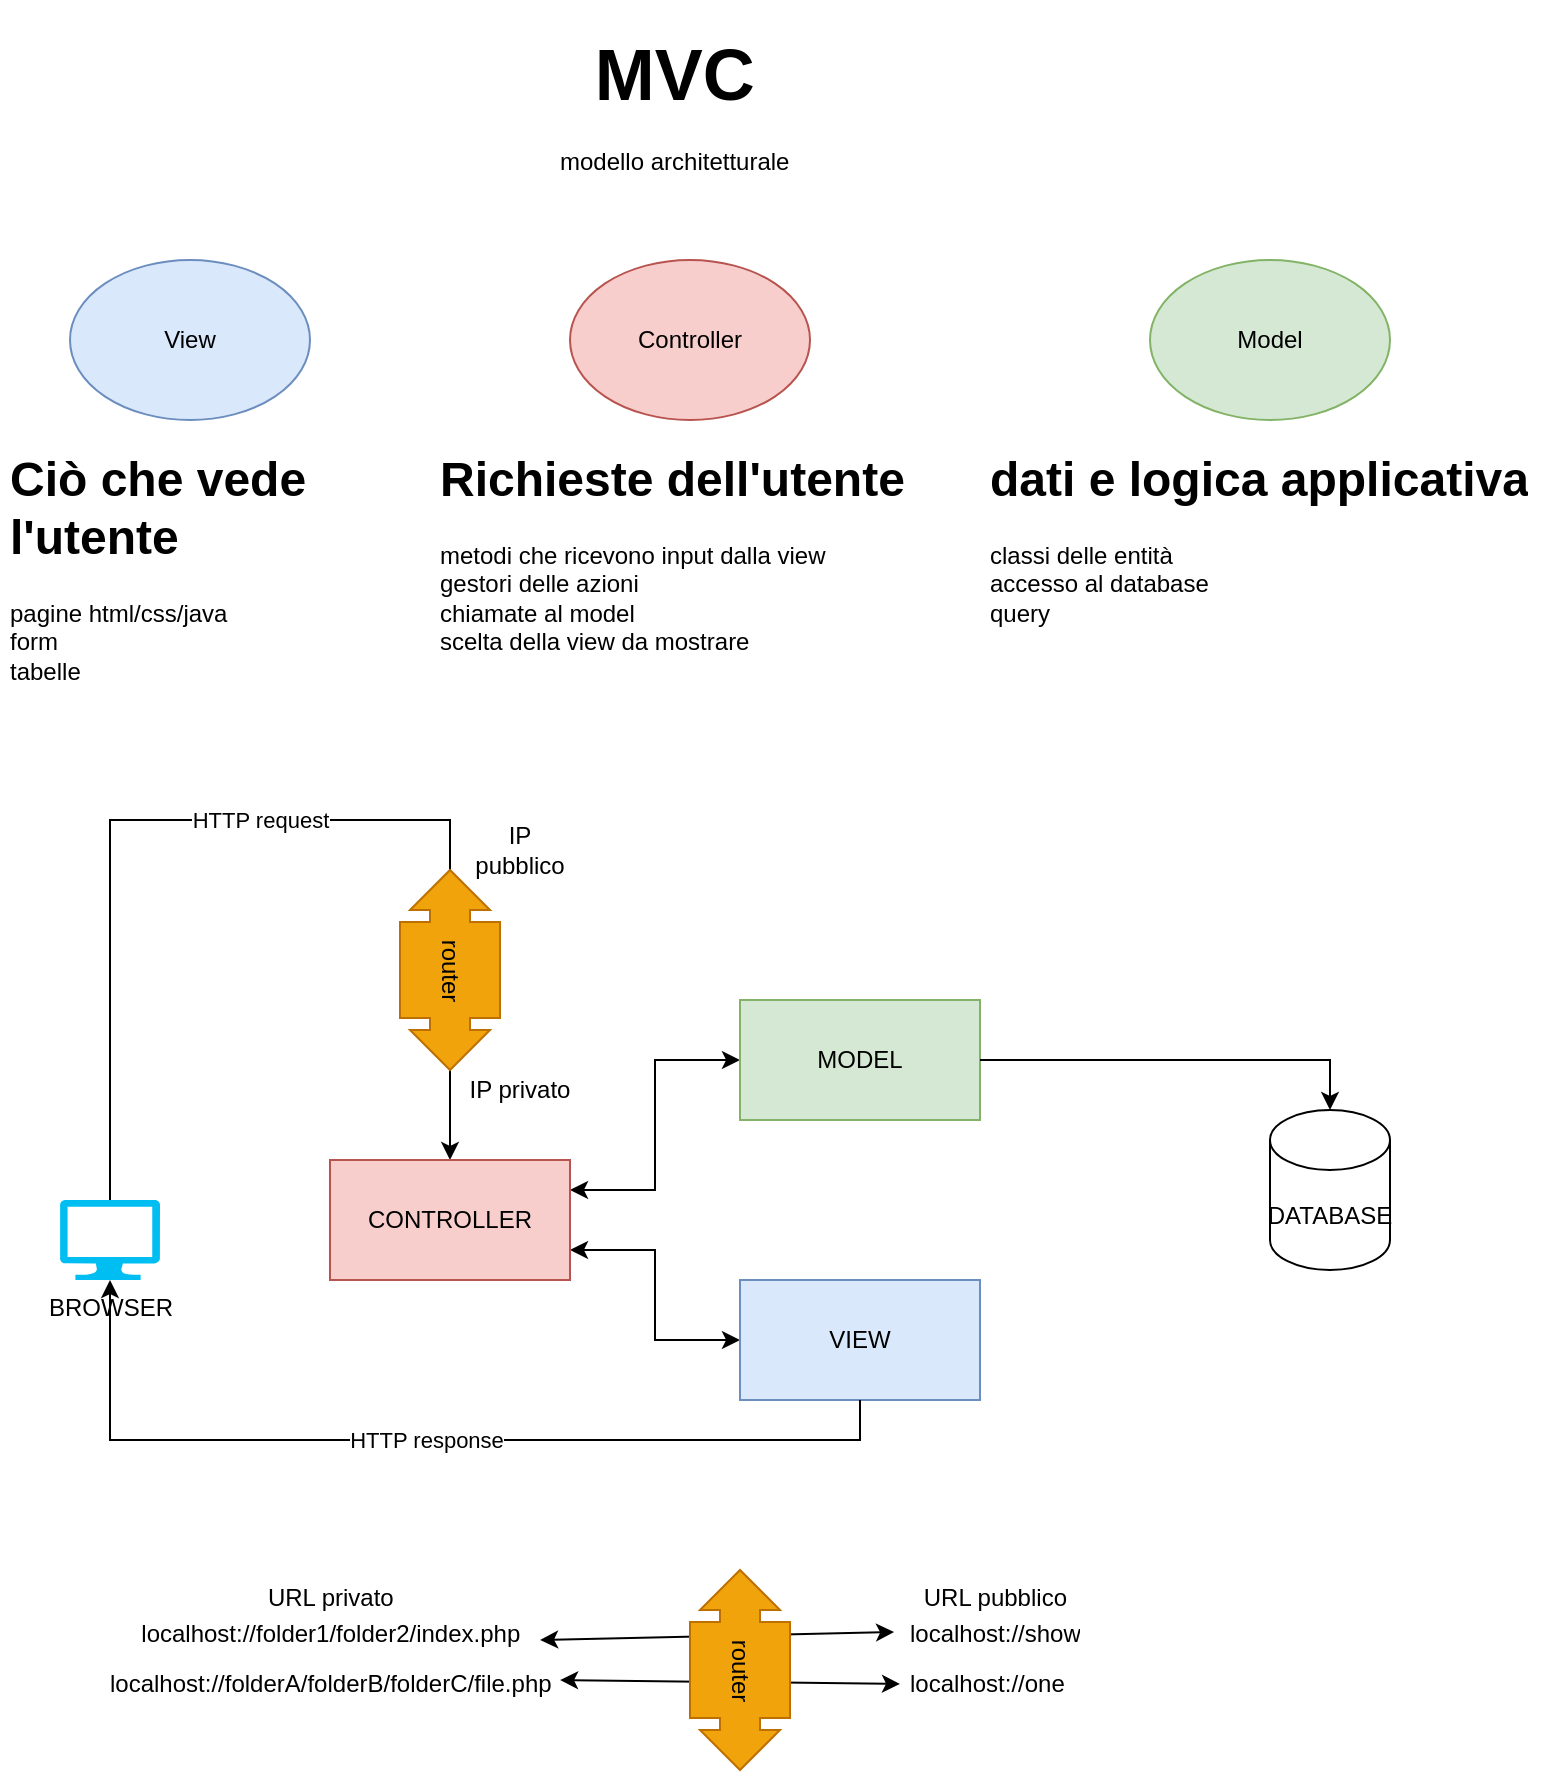
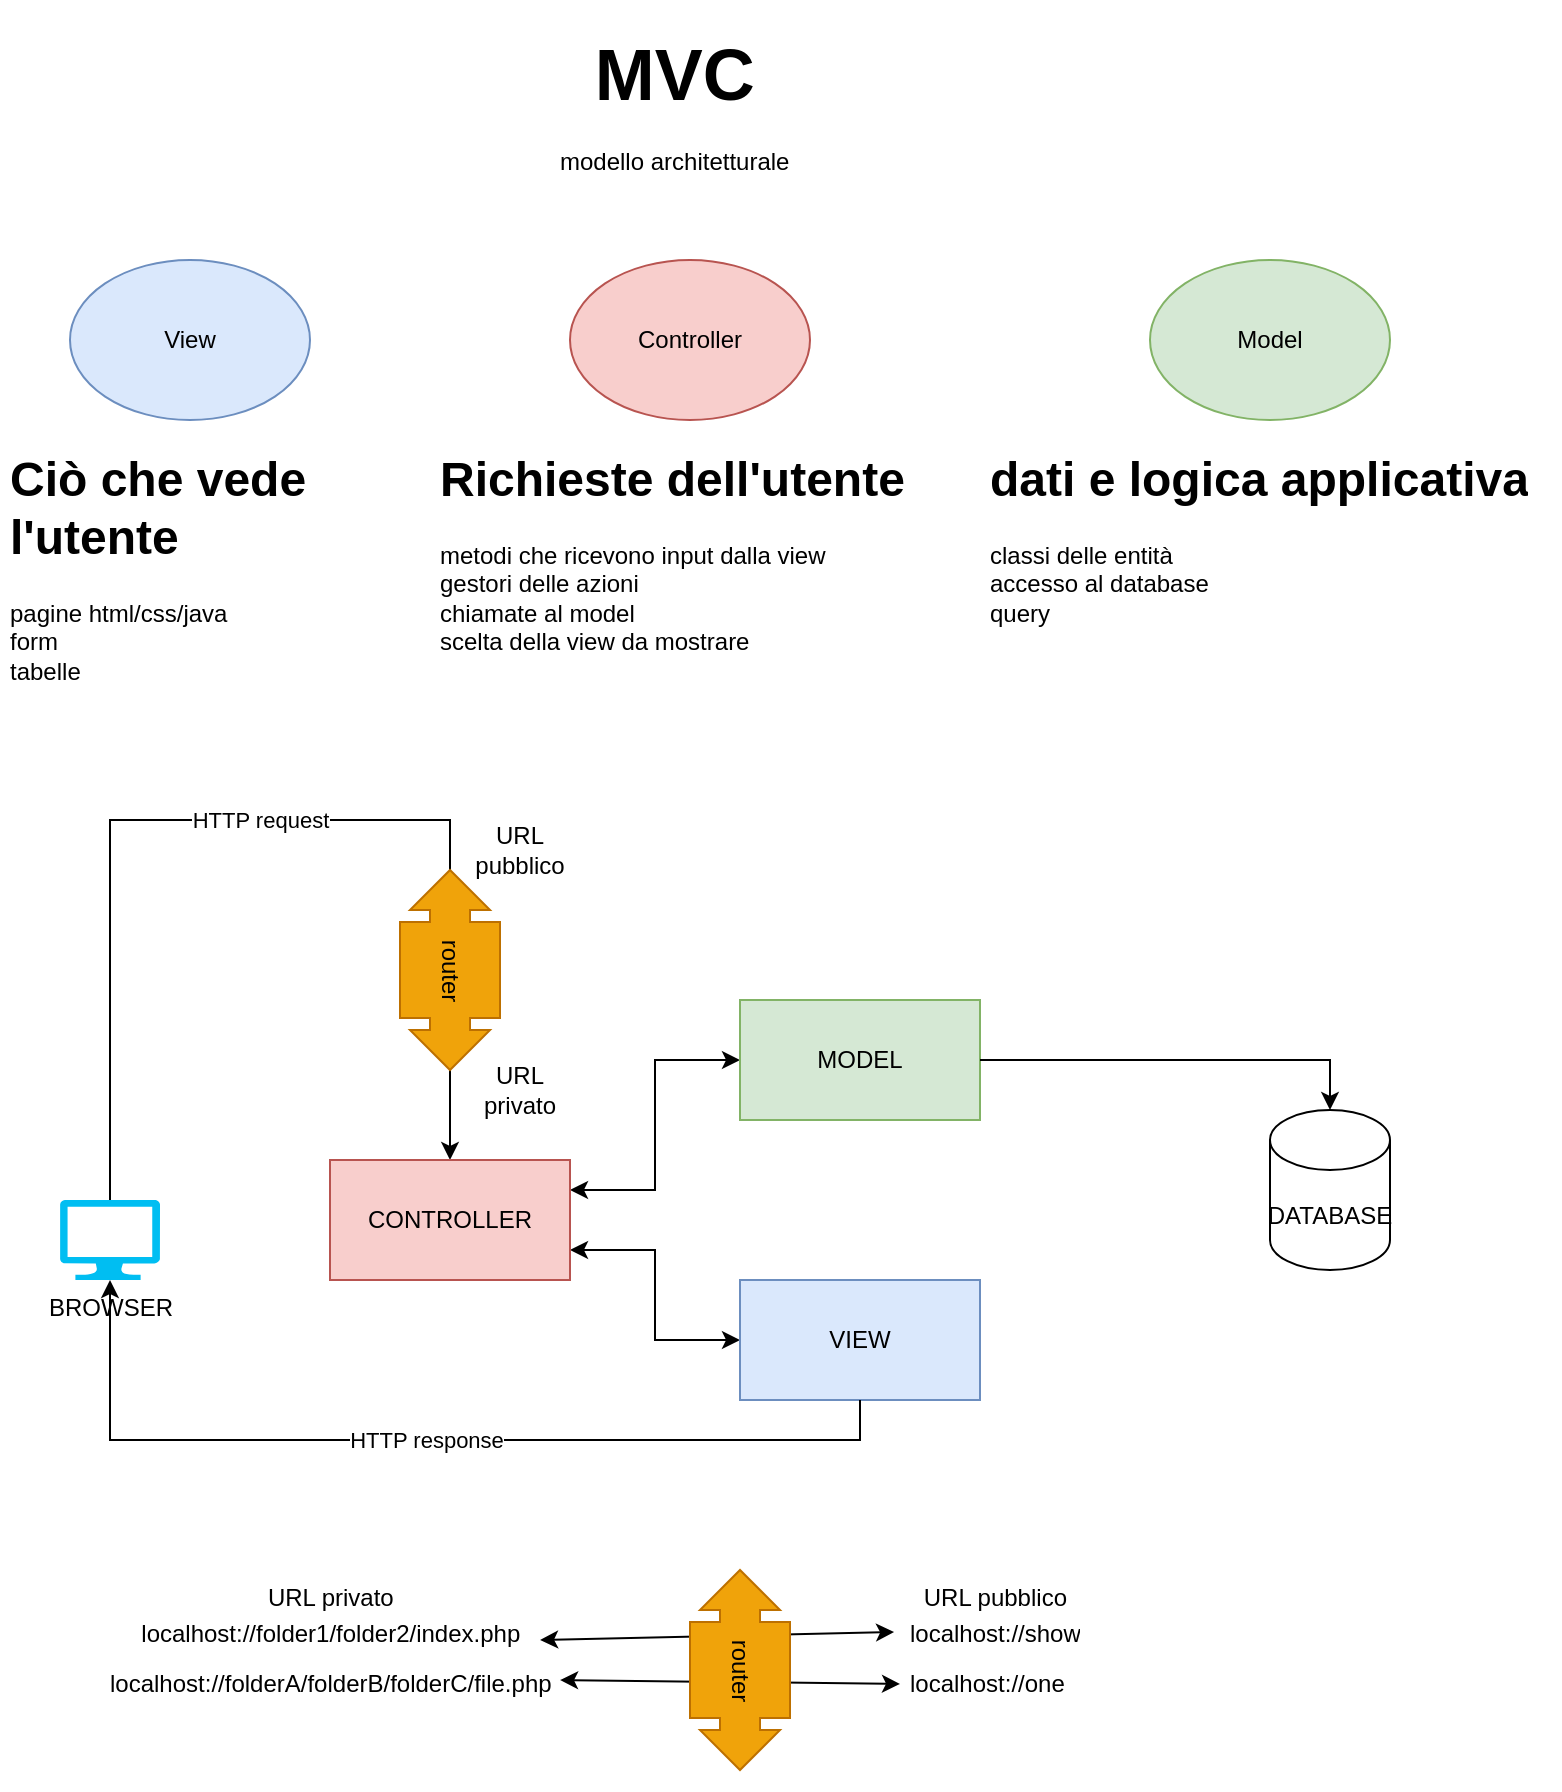
- <mxfile host="drawio-plugin" modified="2026-05-08T11:23:03.849Z" agent="Mozilla/5.0 (X11; Linux x86_64) AppleWebKit/537.36 (KHTML, like Gecko) Chrome/137.0.0.0 Safari/537.36" etag="3VCYzZ7856tcH5xVm4EU" version="22.1.22" type="embed">
+ <mxfile host="drawio-plugin" modified="2026-05-15T09:48:20.909Z" agent="Mozilla/5.0 (X11; Linux x86_64) AppleWebKit/537.36 (KHTML, like Gecko) Chrome/137.0.0.0 Safari/537.36" etag="Bce1zWMxpWvek0k7p8mn" version="22.1.22" type="embed">
  <diagram id="23iRSUPoRavnBvh4doch" name="Page-1">
-     <mxGraphModel dx="721" dy="1934" grid="1" gridSize="10" guides="1" tooltips="1" connect="1" arrows="1" fold="1" page="1" pageScale="1" pageWidth="827" pageHeight="1169" math="0" shadow="0">
+     <mxGraphModel dx="848" dy="2069" grid="1" gridSize="10" guides="1" tooltips="1" connect="1" arrows="1" fold="1" page="1" pageScale="1" pageWidth="827" pageHeight="1169" math="0" shadow="0">
      <root>
        <mxCell id="0" />
        <mxCell id="1" parent="0" />
-         <mxCell id="2" value="View" style="ellipse;whiteSpace=wrap;html=1;fillColor=#dae8fc;strokeColor=#6c8ebf;" vertex="1" parent="1">
+         <mxCell id="2" value="View" style="ellipse;whiteSpace=wrap;html=1;fillColor=#dae8fc;strokeColor=#6c8ebf;" parent="1" vertex="1">
          <mxGeometry x="55" y="120" width="120" height="80" as="geometry" />
        </mxCell>
-         <mxCell id="3" value="Controller" style="ellipse;whiteSpace=wrap;html=1;fillColor=#f8cecc;strokeColor=#b85450;" vertex="1" parent="1">
+         <mxCell id="3" value="Controller" style="ellipse;whiteSpace=wrap;html=1;fillColor=#f8cecc;strokeColor=#b85450;" parent="1" vertex="1">
          <mxGeometry x="305" y="120" width="120" height="80" as="geometry" />
        </mxCell>
-         <mxCell id="4" value="Model" style="ellipse;whiteSpace=wrap;html=1;fillColor=#d5e8d4;strokeColor=#82b366;" vertex="1" parent="1">
+         <mxCell id="4" value="Model" style="ellipse;whiteSpace=wrap;html=1;fillColor=#d5e8d4;strokeColor=#82b366;" parent="1" vertex="1">
          <mxGeometry x="595" y="120" width="120" height="80" as="geometry" />
        </mxCell>
-         <mxCell id="5" value="&lt;h1&gt;Ciò che vede l&#39;utente&lt;/h1&gt;&lt;div&gt;pagine html/css/java&lt;br&gt;form&lt;br&gt;tabelle&lt;br&gt;interfacce grafiche&lt;/div&gt;&lt;p&gt;&lt;/p&gt;" style="text;html=1;strokeColor=none;fillColor=none;spacing=5;spacingTop=-20;whiteSpace=wrap;overflow=hidden;rounded=0;" vertex="1" parent="1">
+         <mxCell id="5" value="&lt;h1&gt;Ciò che vede l&#39;utente&lt;/h1&gt;&lt;div&gt;pagine html/css/java&lt;br&gt;form&lt;br&gt;tabelle&lt;br&gt;interfacce grafiche&lt;/div&gt;&lt;p&gt;&lt;/p&gt;" style="text;html=1;strokeColor=none;fillColor=none;spacing=5;spacingTop=-20;whiteSpace=wrap;overflow=hidden;rounded=0;" parent="1" vertex="1">
          <mxGeometry x="20" y="210" width="190" height="120" as="geometry" />
        </mxCell>
-         <mxCell id="6" value="&lt;h1&gt;&lt;span style=&quot;background-color: initial;&quot;&gt;Richieste dell&#39;utente&lt;br&gt;&lt;/span&gt;&lt;/h1&gt;&lt;div&gt;&lt;span style=&quot;background-color: initial;&quot;&gt;metodi che ricevono input dalla view&lt;br&gt;gestori delle azioni&lt;br&gt;chiamate al model&lt;br&gt;scelta della view da mostrare&lt;/span&gt;&lt;/div&gt;&lt;p&gt;&lt;/p&gt;" style="text;html=1;strokeColor=none;fillColor=none;spacing=5;spacingTop=-20;whiteSpace=wrap;overflow=hidden;rounded=0;" vertex="1" parent="1">
+         <mxCell id="6" value="&lt;h1&gt;&lt;span style=&quot;background-color: initial;&quot;&gt;Richieste dell&#39;utente&lt;br&gt;&lt;/span&gt;&lt;/h1&gt;&lt;div&gt;&lt;span style=&quot;background-color: initial;&quot;&gt;metodi che ricevono input dalla view&lt;br&gt;gestori delle azioni&lt;br&gt;chiamate al model&lt;br&gt;scelta della view da mostrare&lt;/span&gt;&lt;/div&gt;&lt;p&gt;&lt;/p&gt;" style="text;html=1;strokeColor=none;fillColor=none;spacing=5;spacingTop=-20;whiteSpace=wrap;overflow=hidden;rounded=0;" parent="1" vertex="1">
          <mxGeometry x="235" y="210" width="250" height="120" as="geometry" />
        </mxCell>
-         <mxCell id="7" value="&lt;h1&gt;dati e logica applicativa&lt;/h1&gt;&lt;div&gt;classi delle entità&lt;br&gt;accesso al database&lt;br&gt;query&lt;/div&gt;&lt;div&gt;&lt;/div&gt;&lt;p&gt;&lt;/p&gt;" style="text;html=1;strokeColor=none;fillColor=none;spacing=5;spacingTop=-20;whiteSpace=wrap;overflow=hidden;rounded=0;" vertex="1" parent="1">
+         <mxCell id="7" value="&lt;h1&gt;dati e logica applicativa&lt;/h1&gt;&lt;div&gt;classi delle entità&lt;br&gt;accesso al database&lt;br&gt;query&lt;/div&gt;&lt;div&gt;&lt;/div&gt;&lt;p&gt;&lt;/p&gt;" style="text;html=1;strokeColor=none;fillColor=none;spacing=5;spacingTop=-20;whiteSpace=wrap;overflow=hidden;rounded=0;" parent="1" vertex="1">
          <mxGeometry x="510" y="210" width="290" height="120" as="geometry" />
        </mxCell>
-         <mxCell id="8" value="&lt;h1&gt;&lt;/h1&gt;&lt;p&gt;&lt;/p&gt;&lt;div style=&quot;text-align: center;&quot;&gt;&lt;b style=&quot;font-size: 36px; background-color: initial;&quot;&gt;MVC&lt;/b&gt;&lt;/div&gt;&lt;div style=&quot;text-align: center;&quot;&gt;&lt;br&gt;&lt;/div&gt;&lt;div style=&quot;text-align: center;&quot;&gt;&lt;span style=&quot;background-color: initial;&quot;&gt;modello architetturale&lt;/span&gt;&lt;/div&gt;&lt;p&gt;&lt;/p&gt;" style="text;html=1;strokeColor=none;fillColor=none;spacing=5;spacingTop=-20;whiteSpace=wrap;overflow=hidden;rounded=0;" vertex="1" parent="1">
+         <mxCell id="8" value="&lt;h1&gt;&lt;/h1&gt;&lt;p&gt;&lt;/p&gt;&lt;div style=&quot;text-align: center;&quot;&gt;&lt;b style=&quot;font-size: 36px; background-color: initial;&quot;&gt;MVC&lt;/b&gt;&lt;/div&gt;&lt;div style=&quot;text-align: center;&quot;&gt;&lt;br&gt;&lt;/div&gt;&lt;div style=&quot;text-align: center;&quot;&gt;&lt;span style=&quot;background-color: initial;&quot;&gt;modello architetturale&lt;/span&gt;&lt;/div&gt;&lt;p&gt;&lt;/p&gt;" style="text;html=1;strokeColor=none;fillColor=none;spacing=5;spacingTop=-20;whiteSpace=wrap;overflow=hidden;rounded=0;" parent="1" vertex="1">
          <mxGeometry x="295" width="190" height="120" as="geometry" />
        </mxCell>
-         <mxCell id="16" value="HTTP request" style="edgeStyle=orthogonalEdgeStyle;rounded=0;orthogonalLoop=1;jettySize=auto;html=1;exitX=0.5;exitY=0;exitDx=0;exitDy=0;exitPerimeter=0;entryX=0.5;entryY=0;entryDx=0;entryDy=0;" edge="1" parent="1" source="9" target="10">
+         <mxCell id="16" value="HTTP request" style="edgeStyle=orthogonalEdgeStyle;rounded=0;orthogonalLoop=1;jettySize=auto;html=1;exitX=0.5;exitY=0;exitDx=0;exitDy=0;exitPerimeter=0;entryX=0.5;entryY=0;entryDx=0;entryDy=0;" parent="1" source="9" target="10" edge="1">
          <mxGeometry relative="1" as="geometry">
            <Array as="points">
              <mxPoint x="75" y="400" />
              <mxPoint x="245" y="400" />
            </Array>
          </mxGeometry>
        </mxCell>
-         <mxCell id="9" value="BROWSER" style="verticalLabelPosition=bottom;html=1;verticalAlign=top;align=center;strokeColor=none;fillColor=#00BEF2;shape=mxgraph.azure.computer;pointerEvents=1;" vertex="1" parent="1">
+         <mxCell id="9" value="BROWSER" style="verticalLabelPosition=bottom;html=1;verticalAlign=top;align=center;strokeColor=none;fillColor=#00BEF2;shape=mxgraph.azure.computer;pointerEvents=1;" parent="1" vertex="1">
          <mxGeometry x="50" y="590" width="50" height="40" as="geometry" />
        </mxCell>
-         <mxCell id="17" style="edgeStyle=orthogonalEdgeStyle;rounded=0;orthogonalLoop=1;jettySize=auto;html=1;exitX=1;exitY=0.25;exitDx=0;exitDy=0;entryX=0;entryY=0.5;entryDx=0;entryDy=0;startArrow=classic;startFill=1;" edge="1" parent="1" source="10" target="12">
+         <mxCell id="17" style="edgeStyle=orthogonalEdgeStyle;rounded=0;orthogonalLoop=1;jettySize=auto;html=1;exitX=1;exitY=0.25;exitDx=0;exitDy=0;entryX=0;entryY=0.5;entryDx=0;entryDy=0;startArrow=classic;startFill=1;" parent="1" source="10" target="12" edge="1">
          <mxGeometry relative="1" as="geometry" />
        </mxCell>
-         <mxCell id="18" style="edgeStyle=orthogonalEdgeStyle;rounded=0;orthogonalLoop=1;jettySize=auto;html=1;exitX=1;exitY=0.75;exitDx=0;exitDy=0;entryX=0;entryY=0.5;entryDx=0;entryDy=0;startArrow=classic;startFill=1;" edge="1" parent="1" source="10" target="13">
+         <mxCell id="18" style="edgeStyle=orthogonalEdgeStyle;rounded=0;orthogonalLoop=1;jettySize=auto;html=1;exitX=1;exitY=0.75;exitDx=0;exitDy=0;entryX=0;entryY=0.5;entryDx=0;entryDy=0;startArrow=classic;startFill=1;" parent="1" source="10" target="13" edge="1">
          <mxGeometry relative="1" as="geometry" />
        </mxCell>
-         <mxCell id="10" value="CONTROLLER" style="rounded=0;whiteSpace=wrap;html=1;fillColor=#f8cecc;strokeColor=#b85450;" vertex="1" parent="1">
+         <mxCell id="10" value="CONTROLLER" style="rounded=0;whiteSpace=wrap;html=1;fillColor=#f8cecc;strokeColor=#b85450;" parent="1" vertex="1">
          <mxGeometry x="185" y="570" width="120" height="60" as="geometry" />
        </mxCell>
-         <mxCell id="12" value="MODEL" style="rounded=0;whiteSpace=wrap;html=1;fillColor=#d5e8d4;strokeColor=#82b366;" vertex="1" parent="1">
+         <mxCell id="12" value="MODEL" style="rounded=0;whiteSpace=wrap;html=1;fillColor=#d5e8d4;strokeColor=#82b366;" parent="1" vertex="1">
          <mxGeometry x="390" y="490" width="120" height="60" as="geometry" />
        </mxCell>
-         <mxCell id="13" value="VIEW" style="rounded=0;whiteSpace=wrap;html=1;fillColor=#dae8fc;strokeColor=#6c8ebf;" vertex="1" parent="1">
+         <mxCell id="13" value="VIEW" style="rounded=0;whiteSpace=wrap;html=1;fillColor=#dae8fc;strokeColor=#6c8ebf;" parent="1" vertex="1">
          <mxGeometry x="390" y="630" width="120" height="60" as="geometry" />
        </mxCell>
-         <mxCell id="14" value="DATABASE" style="shape=cylinder3;whiteSpace=wrap;html=1;boundedLbl=1;backgroundOutline=1;size=15;" vertex="1" parent="1">
+         <mxCell id="14" value="DATABASE" style="shape=cylinder3;whiteSpace=wrap;html=1;boundedLbl=1;backgroundOutline=1;size=15;" parent="1" vertex="1">
          <mxGeometry x="655" y="545" width="60" height="80" as="geometry" />
        </mxCell>
-         <mxCell id="19" style="edgeStyle=orthogonalEdgeStyle;rounded=0;orthogonalLoop=1;jettySize=auto;html=1;exitX=1;exitY=0.5;exitDx=0;exitDy=0;entryX=0.5;entryY=0;entryDx=0;entryDy=0;entryPerimeter=0;" edge="1" parent="1" source="12" target="14">
+         <mxCell id="19" style="edgeStyle=orthogonalEdgeStyle;rounded=0;orthogonalLoop=1;jettySize=auto;html=1;exitX=1;exitY=0.5;exitDx=0;exitDy=0;entryX=0.5;entryY=0;entryDx=0;entryDy=0;entryPerimeter=0;" parent="1" source="12" target="14" edge="1">
          <mxGeometry relative="1" as="geometry" />
        </mxCell>
-         <mxCell id="20" value="HTTP response" style="edgeStyle=orthogonalEdgeStyle;rounded=0;orthogonalLoop=1;jettySize=auto;html=1;exitX=0.5;exitY=1;exitDx=0;exitDy=0;entryX=0.5;entryY=1;entryDx=0;entryDy=0;entryPerimeter=0;" edge="1" parent="1" source="13" target="9">
+         <mxCell id="20" value="HTTP response" style="edgeStyle=orthogonalEdgeStyle;rounded=0;orthogonalLoop=1;jettySize=auto;html=1;exitX=0.5;exitY=1;exitDx=0;exitDy=0;entryX=0.5;entryY=1;entryDx=0;entryDy=0;entryPerimeter=0;" parent="1" source="13" target="9" edge="1">
          <mxGeometry relative="1" as="geometry">
            <mxPoint x="75" y="680" as="targetPoint" />
          </mxGeometry>
        </mxCell>
-         <mxCell id="22" value="router" style="html=1;shadow=0;dashed=0;align=center;verticalAlign=middle;shape=mxgraph.arrows2.calloutDoubleArrow;dy=10;dx=20;notch=24;arrowHead=10;rotation=90;fillColor=#f0a30a;fontColor=#000000;strokeColor=#BD7000;" vertex="1" parent="1">
+         <mxCell id="22" value="router" style="html=1;shadow=0;dashed=0;align=center;verticalAlign=middle;shape=mxgraph.arrows2.calloutDoubleArrow;dy=10;dx=20;notch=24;arrowHead=10;rotation=90;fillColor=#f0a30a;fontColor=#000000;strokeColor=#BD7000;" parent="1" vertex="1">
          <mxGeometry x="195" y="450" width="100" height="50" as="geometry" />
        </mxCell>
-         <mxCell id="23" value="IP pubblico" style="text;html=1;strokeColor=none;fillColor=none;align=center;verticalAlign=middle;whiteSpace=wrap;rounded=0;" vertex="1" parent="1">
+         <mxCell id="23" value="URL pubblico" style="text;html=1;strokeColor=none;fillColor=none;align=center;verticalAlign=middle;whiteSpace=wrap;rounded=0;" parent="1" vertex="1">
          <mxGeometry x="250" y="400" width="60" height="30" as="geometry" />
        </mxCell>
-         <mxCell id="24" value="IP privato" style="text;html=1;strokeColor=none;fillColor=none;align=center;verticalAlign=middle;whiteSpace=wrap;rounded=0;" vertex="1" parent="1">
+         <mxCell id="24" value="URL privato" style="text;html=1;strokeColor=none;fillColor=none;align=center;verticalAlign=middle;whiteSpace=wrap;rounded=0;" parent="1" vertex="1">
          <mxGeometry x="250" y="520" width="60" height="30" as="geometry" />
        </mxCell>
-         <mxCell id="25" value="&lt;h1&gt;&lt;div style=&quot;text-align: center;&quot;&gt;&lt;span style=&quot;background-color: initial; font-size: 12px; font-weight: normal;&quot;&gt;URL privato&lt;/span&gt;&lt;/div&gt;&lt;span style=&quot;background-color: initial; font-size: 12px; font-weight: normal;&quot;&gt;&lt;div style=&quot;text-align: center;&quot;&gt;&lt;span style=&quot;background-color: initial;&quot;&gt;localhost://folder1/folder2/index.php&lt;/span&gt;&lt;/div&gt;localhost://folderA/folderB/folderC/file.php&lt;/span&gt;&lt;/h1&gt;" style="text;html=1;strokeColor=none;fillColor=none;spacing=5;spacingTop=-20;whiteSpace=wrap;overflow=hidden;rounded=0;" vertex="1" parent="1">
+         <mxCell id="25" value="&lt;h1&gt;&lt;div style=&quot;text-align: center;&quot;&gt;&lt;span style=&quot;background-color: initial; font-size: 12px; font-weight: normal;&quot;&gt;URL privato&lt;/span&gt;&lt;/div&gt;&lt;span style=&quot;background-color: initial; font-size: 12px; font-weight: normal;&quot;&gt;&lt;div style=&quot;text-align: center;&quot;&gt;&lt;span style=&quot;background-color: initial;&quot;&gt;localhost://folder1/folder2/index.php&lt;/span&gt;&lt;/div&gt;localhost://folderA/folderB/folderC/file.php&lt;/span&gt;&lt;/h1&gt;" style="text;html=1;strokeColor=none;fillColor=none;spacing=5;spacingTop=-20;whiteSpace=wrap;overflow=hidden;rounded=0;" parent="1" vertex="1">
          <mxGeometry x="70" y="765" width="270" height="120" as="geometry" />
        </mxCell>
-         <mxCell id="27" value="&lt;h1&gt;&lt;div style=&quot;text-align: center;&quot;&gt;&lt;span style=&quot;background-color: initial; font-size: 12px; font-weight: normal;&quot;&gt;URL pubblico&lt;/span&gt;&lt;/div&gt;&lt;span style=&quot;background-color: initial; font-size: 12px; font-weight: normal;&quot;&gt;&lt;div style=&quot;text-align: center;&quot;&gt;&lt;span style=&quot;background-color: initial;&quot;&gt;localhost://show&lt;/span&gt;&lt;/div&gt;localhost://one&lt;/span&gt;&lt;/h1&gt;" style="text;html=1;strokeColor=none;fillColor=none;spacing=5;spacingTop=-20;whiteSpace=wrap;overflow=hidden;rounded=0;" vertex="1" parent="1">
+         <mxCell id="27" value="&lt;h1&gt;&lt;div style=&quot;text-align: center;&quot;&gt;&lt;span style=&quot;background-color: initial; font-size: 12px; font-weight: normal;&quot;&gt;URL pubblico&lt;/span&gt;&lt;/div&gt;&lt;span style=&quot;background-color: initial; font-size: 12px; font-weight: normal;&quot;&gt;&lt;div style=&quot;text-align: center;&quot;&gt;&lt;span style=&quot;background-color: initial;&quot;&gt;localhost://show&lt;/span&gt;&lt;/div&gt;localhost://one&lt;/span&gt;&lt;/h1&gt;" style="text;html=1;strokeColor=none;fillColor=none;spacing=5;spacingTop=-20;whiteSpace=wrap;overflow=hidden;rounded=0;" parent="1" vertex="1">
          <mxGeometry x="470" y="765" width="270" height="120" as="geometry" />
        </mxCell>
-         <mxCell id="28" value="" style="endArrow=classic;startArrow=classic;html=1;rounded=0;exitX=0.815;exitY=0.375;exitDx=0;exitDy=0;exitPerimeter=0;entryX=-0.011;entryY=0.342;entryDx=0;entryDy=0;entryPerimeter=0;" edge="1" parent="1" source="25" target="27">
+         <mxCell id="28" value="" style="endArrow=classic;startArrow=classic;html=1;rounded=0;exitX=0.815;exitY=0.375;exitDx=0;exitDy=0;exitPerimeter=0;entryX=-0.011;entryY=0.342;entryDx=0;entryDy=0;entryPerimeter=0;" parent="1" source="25" target="27" edge="1">
          <mxGeometry width="50" height="50" relative="1" as="geometry">
            <mxPoint x="350" y="780" as="sourcePoint" />
            <mxPoint x="400" y="730" as="targetPoint" />
          </mxGeometry>
        </mxCell>
-         <mxCell id="29" value="" style="endArrow=classic;startArrow=classic;html=1;rounded=0;exitX=0.852;exitY=0.542;exitDx=0;exitDy=0;exitPerimeter=0;entryX=0;entryY=0.558;entryDx=0;entryDy=0;entryPerimeter=0;" edge="1" parent="1" source="25" target="27">
+         <mxCell id="29" value="" style="endArrow=classic;startArrow=classic;html=1;rounded=0;exitX=0.852;exitY=0.542;exitDx=0;exitDy=0;exitPerimeter=0;entryX=0;entryY=0.558;entryDx=0;entryDy=0;entryPerimeter=0;" parent="1" source="25" target="27" edge="1">
          <mxGeometry width="50" height="50" relative="1" as="geometry">
            <mxPoint x="350" y="780" as="sourcePoint" />
            <mxPoint x="400" y="730" as="targetPoint" />
          </mxGeometry>
        </mxCell>
-         <mxCell id="26" value="router" style="html=1;shadow=0;dashed=0;align=center;verticalAlign=middle;shape=mxgraph.arrows2.calloutDoubleArrow;dy=10;dx=20;notch=24;arrowHead=10;rotation=90;fillColor=#f0a30a;fontColor=#000000;strokeColor=#BD7000;" vertex="1" parent="1">
+         <mxCell id="26" value="router" style="html=1;shadow=0;dashed=0;align=center;verticalAlign=middle;shape=mxgraph.arrows2.calloutDoubleArrow;dy=10;dx=20;notch=24;arrowHead=10;rotation=90;fillColor=#f0a30a;fontColor=#000000;strokeColor=#BD7000;" parent="1" vertex="1">
          <mxGeometry x="340" y="800" width="100" height="50" as="geometry" />
        </mxCell>
      </root>
    </mxGraphModel>
  </diagram>
</mxfile>
